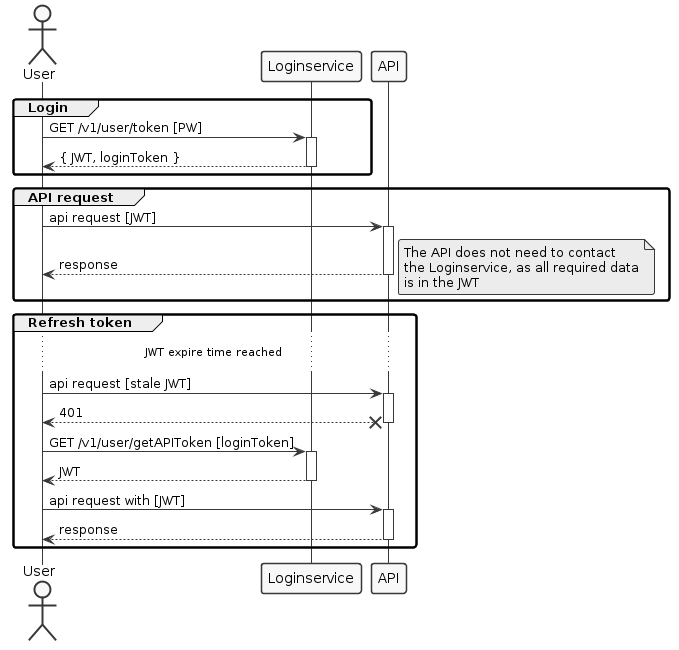
This is login.png from phuhl/apparts-login-server, a PlantUML export, as it was before one commit.
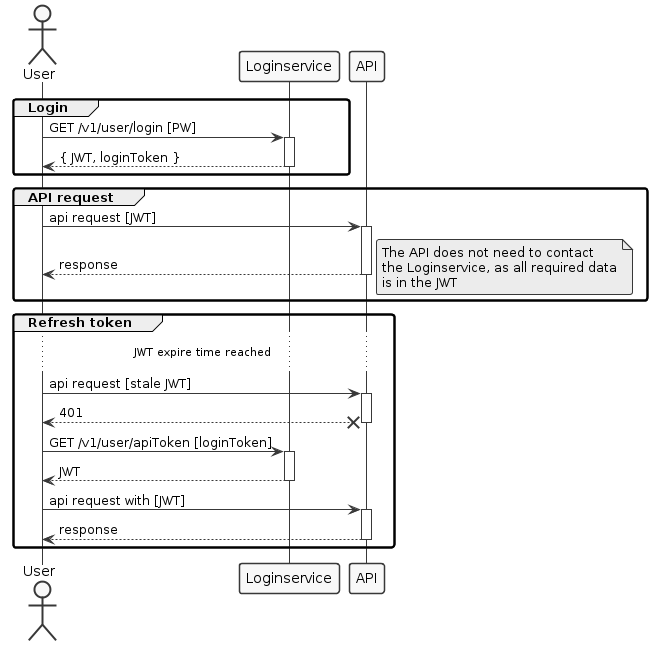
The same diagram one commit later.

The edit, as a diff of the source:
```diff
@@ -5,7 +5,7 @@
 skinparam shadowing false
 
 group Login
-User -> Loginservice : GET /v1/user/token [PW]
+User -> Loginservice : GET /v1/user/login [PW]
 activate Loginservice
 User <-- Loginservice : { JWT, loginToken }
 deactivate Loginservice
@@ -32,7 +32,7 @@
 User <--x API : 401
 deactivate API
 
-User -> Loginservice : GET /v1/user/getAPIToken [loginToken]
+User -> Loginservice : GET /v1/user/apiToken [loginToken]
 activate Loginservice
 User <-- Loginservice : JWT
 deactivate Loginservice
```
